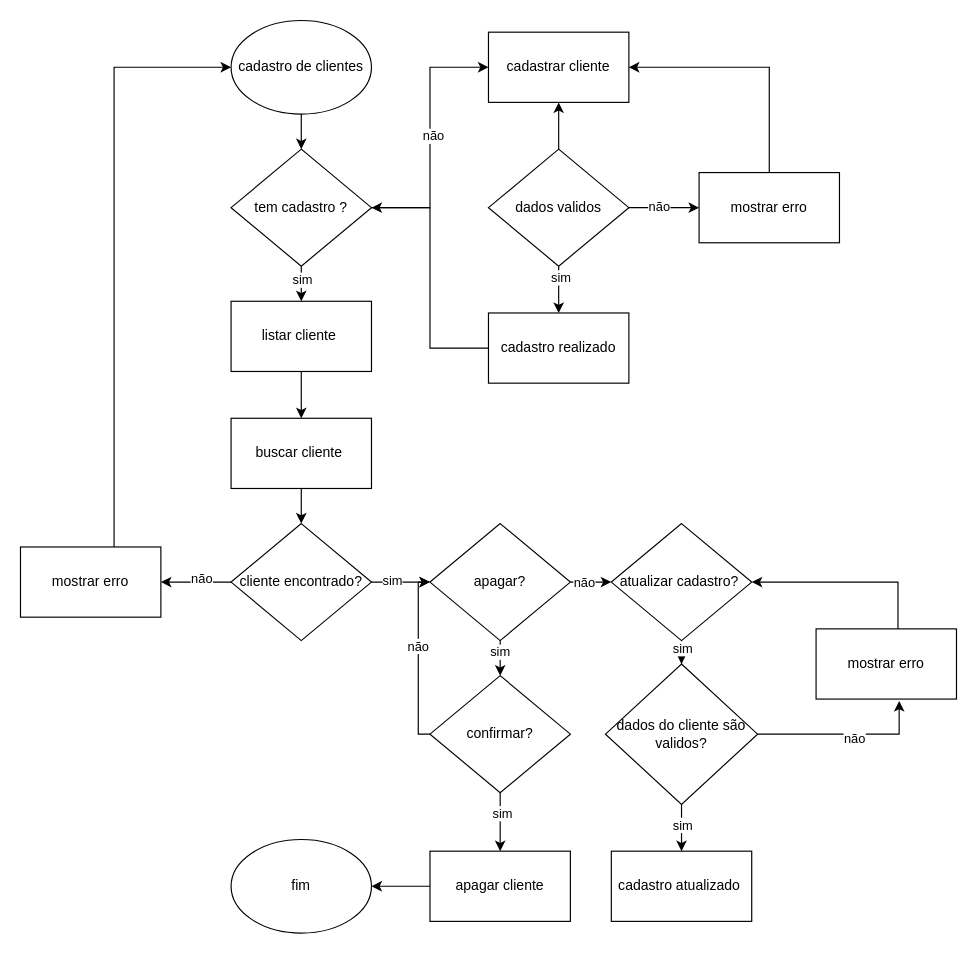
Earlier version of the draw.io diagram page "Página-1" (1 of 5) of fluxosgramas.drawio (luisplathdm/fluxo). Source tidied: cells renumbered, new cells numbered last; positions are measured from the earlier drawing's top-left corner, leaving out a move shared by most shapes. Both pictures are drawn from the tidied source at 117%, with x=0, y=0 at pixel (20, 20).
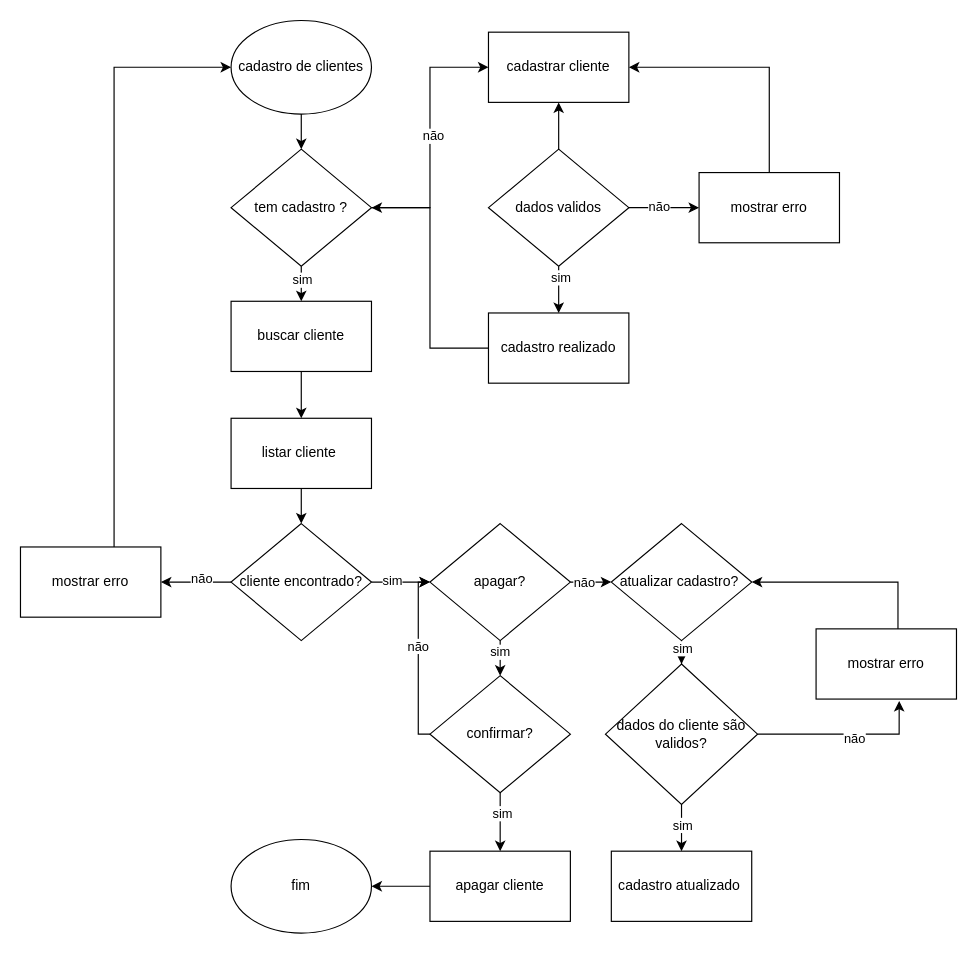
The same diagram, later.

Change to the diagram source:
```diff
@@
-    <mxCell id="13" value="buscar cliente&amp;nbsp;" style="rounded=0;whiteSpace=wrap;html=1;" parent="1" vertex="1">
+    <mxCell id="13" value="listar cliente&amp;nbsp;" style="rounded=0;whiteSpace=wrap;html=1;" parent="1" vertex="1">
       <mxGeometry x="180" y="340" width="120" height="60" as="geometry" />
     </mxCell>
@@
-    <mxCell id="15" value="listar cliente&amp;nbsp;" style="rounded=0;whiteSpace=wrap;html=1;" parent="1" vertex="1">
+    <mxCell id="15" value="buscar cliente" style="rounded=0;whiteSpace=wrap;html=1;" parent="1" vertex="1">
       <mxGeometry x="180" y="240" width="120" height="60" as="geometry" />
     </mxCell>
```
